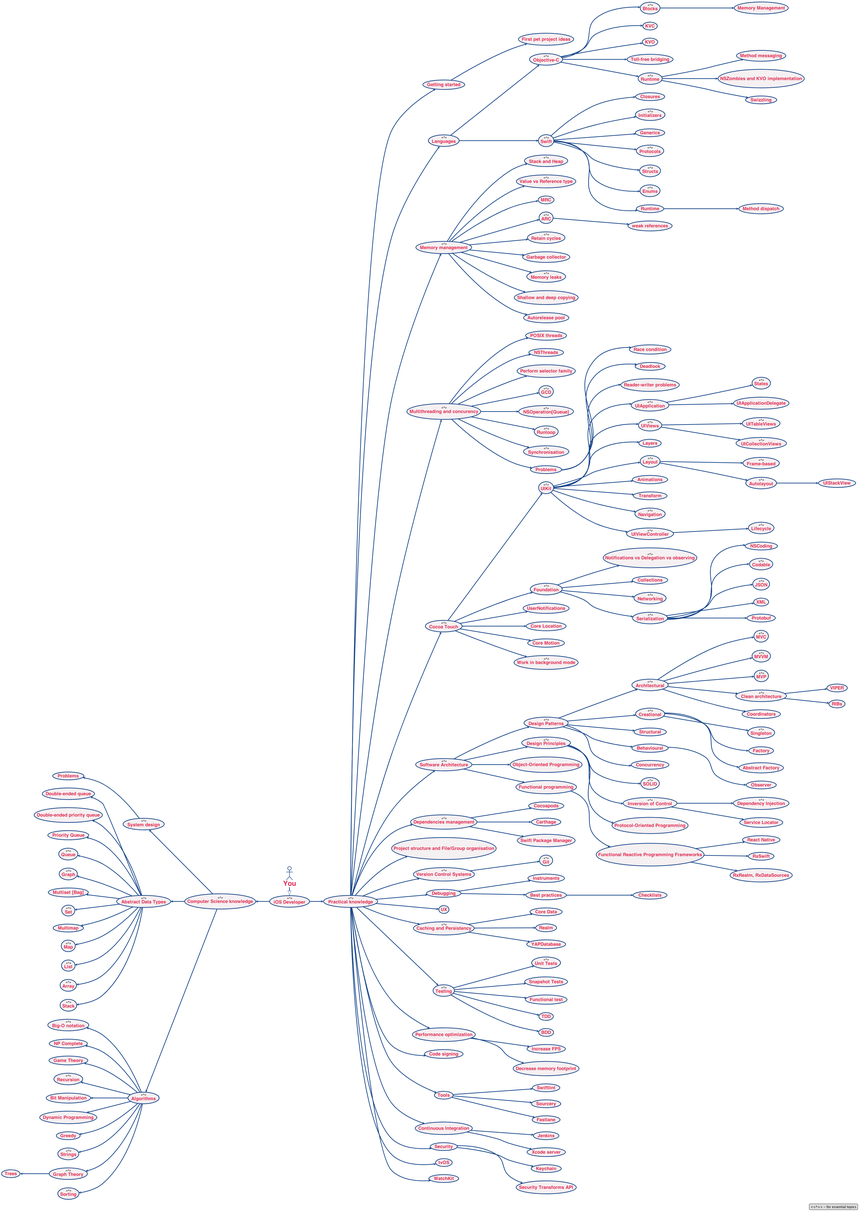
Before: RoadmapProject/Script/Generated/ROADMAP.png, a diagram exported from PlantUML (BohdanOrlov/iOS-Developer-Roadmap).
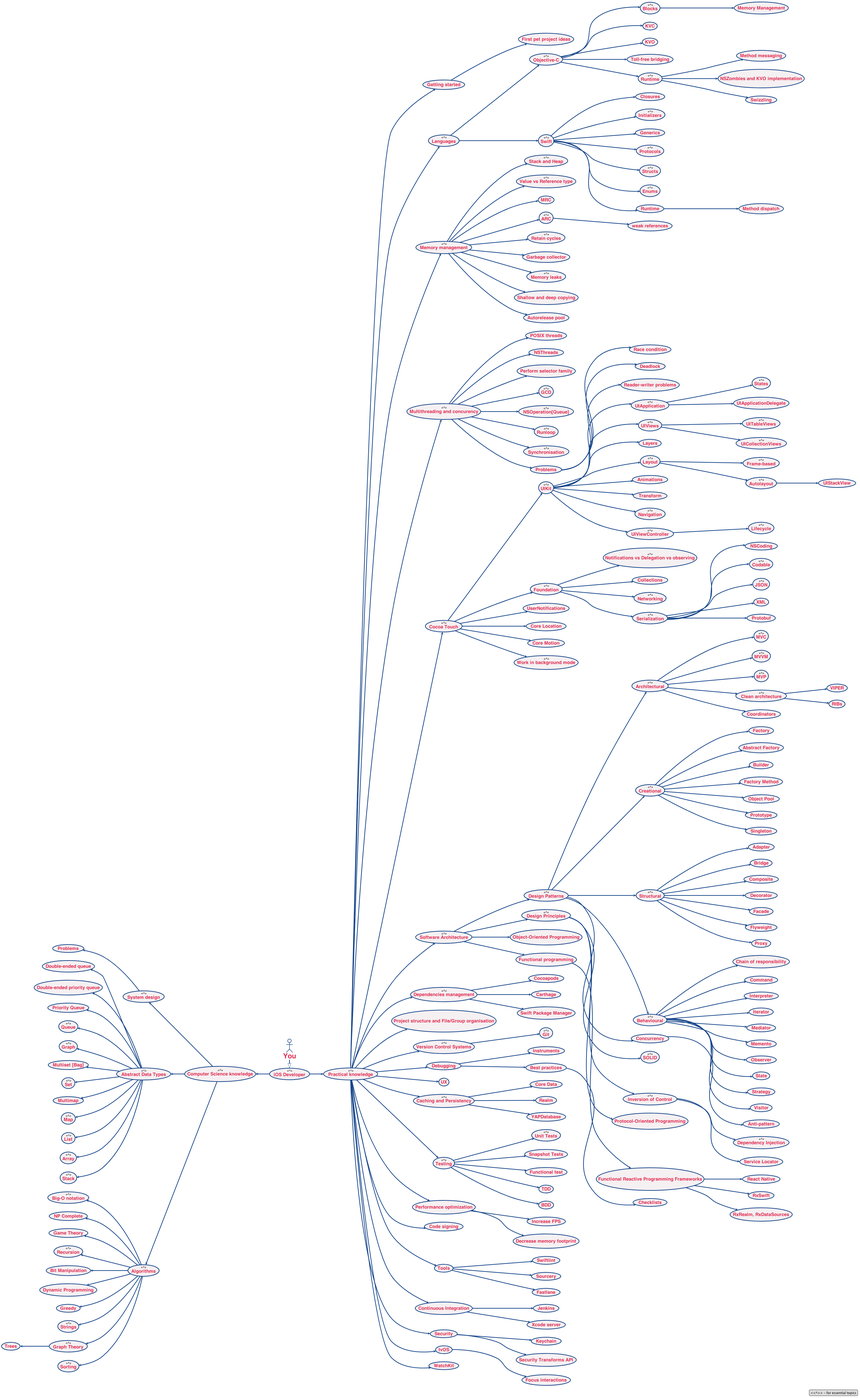
Above is the later version.

Change to the diagram source:
```diff
@@ -90,13 +90,34 @@
 (RIBs) as (iOS Developer->Practical knowledge->Software Architecture->Design Patterns->Architectural->Clean architecture->RIBs)
 (Coordinators) as (iOS Developer->Practical knowledge->Software Architecture->Design Patterns->Architectural->Coordinators)
 (Creational) as (iOS Developer->Practical knowledge->Software Architecture->Design Patterns->Creational) <<^>>
-(Singleton) as (iOS Developer->Practical knowledge->Software Architecture->Design Patterns->Creational->Singleton) <<^>>
 (Factory) as (iOS Developer->Practical knowledge->Software Architecture->Design Patterns->Creational->Factory)
 (Abstract Factory) as (iOS Developer->Practical knowledge->Software Architecture->Design Patterns->Creational->Abstract Factory)
-(Structural) as (iOS Developer->Practical knowledge->Software Architecture->Design Patterns->Structural)
-(Behavioural) as (iOS Developer->Practical knowledge->Software Architecture->Design Patterns->Behavioural)
+(Builder) as (iOS Developer->Practical knowledge->Software Architecture->Design Patterns->Creational->Builder)
+(Factory Method) as (iOS Developer->Practical knowledge->Software Architecture->Design Patterns->Creational->Factory Method)
+(Object Pool) as (iOS Developer->Practical knowledge->Software Architecture->Design Patterns->Creational->Object Pool)
+(Prototype) as (iOS Developer->Practical knowledge->Software Architecture->Design Patterns->Creational->Prototype)
+(Singleton) as (iOS Developer->Practical knowledge->Software Architecture->Design Patterns->Creational->Singleton)
+(Structural) as (iOS Developer->Practical knowledge->Software Architecture->Design Patterns->Structural) <<^>>
+(Adapter) as (iOS Developer->Practical knowledge->Software Architecture->Design Patterns->Structural->Adapter)
+(Bridge) as (iOS Developer->Practical knowledge->Software Architecture->Design Patterns->Structural->Bridge)
+(Composite) as (iOS Developer->Practical knowledge->Software Architecture->Design Patterns->Structural->Composite)
+(Decorator) as (iOS Developer->Practical knowledge->Software Architecture->Design Patterns->Structural->Decorator)
+(Facade) as (iOS Developer->Practical knowledge->Software Architecture->Design Patterns->Structural->Facade)
+(Flyweight) as (iOS Developer->Practical knowledge->Software Architecture->Design Patterns->Structural->Flyweight)
+(Proxy) as (iOS Developer->Practical knowledge->Software Architecture->Design Patterns->Structural->Proxy)
+(Behavioural) as (iOS Developer->Practical knowledge->Software Architecture->Design Patterns->Behavioural) <<^>>
+(Chain of responsibility) as (iOS Developer->Practical knowledge->Software Architecture->Design Patterns->Behavioural->Chain of responsibility)
+(Command) as (iOS Developer->Practical knowledge->Software Architecture->Design Patterns->Behavioural->Command)
+(Interpreter) as (iOS Developer->Practical knowledge->Software Architecture->Design Patterns->Behavioural->Interpreter)
+(Iterator) as (iOS Developer->Practical knowledge->Software Architecture->Design Patterns->Behavioural->Iterator)
+(Mediator) as (iOS Developer->Practical knowledge->Software Architecture->Design Patterns->Behavioural->Mediator)
+(Memento) as (iOS Developer->Practical knowledge->Software Architecture->Design Patterns->Behavioural->Memento)
 (Observer) as (iOS Developer->Practical knowledge->Software Architecture->Design Patterns->Behavioural->Observer)
+(State) as (iOS Developer->Practical knowledge->Software Architecture->Design Patterns->Behavioural->State)
+(Strategy) as (iOS Developer->Practical knowledge->Software Architecture->Design Patterns->Behavioural->Strategy)
+(Visitor) as (iOS Developer->Practical knowledge->Software Architecture->Design Patterns->Behavioural->Visitor)
 (Concurrency) as (iOS Developer->Practical knowledge->Software Architecture->Design Patterns->Concurrency)
+(Anti-pattern) as (iOS Developer->Practical knowledge->Software Architecture->Design Patterns->Concurrency->Anti-pattern)
 (Design Principles) as (iOS Developer->Practical knowledge->Software Architecture->Design Principles) <<^>>
 (SOLID) as (iOS Developer->Practical knowledge->Software Architecture->Design Principles->SOLID) <<^>>
 (Inversion of Control) as (iOS Developer->Practical knowledge->Software Architecture->Design Principles->Inversion of Control) <<^>>
@@ -146,6 +167,7 @@
 (Keychain) as (iOS Developer->Practical knowledge->Security->Keychain)
 (Security Transforms API) as (iOS Developer->Practical knowledge->Security->Security Transforms API)
 (tvOS) as (iOS Developer->Practical knowledge->tvOS)
+(Focus interactions) as (iOS Developer->Practical knowledge->tvOS->Focus interactions)
 (WatchKit) as (iOS Developer->Practical knowledge->WatchKit)
 (Computer Science knowledge) as (iOS Developer->Computer Science knowledge) <<^>>
 (Algorithms) as (iOS Developer->Computer Science knowledge->Algorithms) <<^>>
@@ -266,13 +288,34 @@
 (iOS Developer->Practical knowledge->Software Architecture->Design Patterns->Architectural->Clean architecture) -down-> (iOS Developer->Practical knowledge->Software Architecture->Design Patterns->Architectural->Clean architecture->RIBs)
 (iOS Developer->Practical knowledge->Software Architecture->Design Patterns->Architectural) -down-> (iOS Developer->Practical knowledge->Software Architecture->Design Patterns->Architectural->Coordinators)
 (iOS Developer->Practical knowledge->Software Architecture->Design Patterns) -down-> (iOS Developer->Practical knowledge->Software Architecture->Design Patterns->Creational)
-(iOS Developer->Practical knowledge->Software Architecture->Design Patterns->Creational) -down-> (iOS Developer->Practical knowledge->Software Architecture->Design Patterns->Creational->Singleton)
 (iOS Developer->Practical knowledge->Software Architecture->Design Patterns->Creational) -down-> (iOS Developer->Practical knowledge->Software Architecture->Design Patterns->Creational->Factory)
 (iOS Developer->Practical knowledge->Software Architecture->Design Patterns->Creational) -down-> (iOS Developer->Practical knowledge->Software Architecture->Design Patterns->Creational->Abstract Factory)
+(iOS Developer->Practical knowledge->Software Architecture->Design Patterns->Creational) -down-> (iOS Developer->Practical knowledge->Software Architecture->Design Patterns->Creational->Builder)
+(iOS Developer->Practical knowledge->Software Architecture->Design Patterns->Creational) -down-> (iOS Developer->Practical knowledge->Software Architecture->Design Patterns->Creational->Factory Method)
+(iOS Developer->Practical knowledge->Software Architecture->Design Patterns->Creational) -down-> (iOS Developer->Practical knowledge->Software Architecture->Design Patterns->Creational->Object Pool)
+(iOS Developer->Practical knowledge->Software Architecture->Design Patterns->Creational) -down-> (iOS Developer->Practical knowledge->Software Architecture->Design Patterns->Creational->Prototype)
+(iOS Developer->Practical knowledge->Software Architecture->Design Patterns->Creational) -down-> (iOS Developer->Practical knowledge->Software Architecture->Design Patterns->Creational->Singleton)
 (iOS Developer->Practical knowledge->Software Architecture->Design Patterns) -down-> (iOS Developer->Practical knowledge->Software Architecture->Design Patterns->Structural)
+(iOS Developer->Practical knowledge->Software Architecture->Design Patterns->Structural) -down-> (iOS Developer->Practical knowledge->Software Architecture->Design Patterns->Structural->Adapter)
+(iOS Developer->Practical knowledge->Software Architecture->Design Patterns->Structural) -down-> (iOS Developer->Practical knowledge->Software Architecture->Design Patterns->Structural->Bridge)
+(iOS Developer->Practical knowledge->Software Architecture->Design Patterns->Structural) -down-> (iOS Developer->Practical knowledge->Software Architecture->Design Patterns->Structural->Composite)
+(iOS Developer->Practical knowledge->Software Architecture->Design Patterns->Structural) -down-> (iOS Developer->Practical knowledge->Software Architecture->Design Patterns->Structural->Decorator)
+(iOS Developer->Practical knowledge->Software Architecture->Design Patterns->Structural) -down-> (iOS Developer->Practical knowledge->Software Architecture->Design Patterns->Structural->Facade)
+(iOS Developer->Practical knowledge->Software Architecture->Design Patterns->Structural) -down-> (iOS Developer->Practical knowledge->Software Architecture->Design Patterns->Structural->Flyweight)
+(iOS Developer->Practical knowledge->Software Architecture->Design Patterns->Structural) -down-> (iOS Developer->Practical knowledge->Software Architecture->Design Patterns->Structural->Proxy)
 (iOS Developer->Practical knowledge->Software Architecture->Design Patterns) -down-> (iOS Developer->Practical knowledge->Software Architecture->Design Patterns->Behavioural)
+(iOS Developer->Practical knowledge->Software Architecture->Design Patterns->Behavioural) -down-> (iOS Developer->Practical knowledge->Software Architecture->Design Patterns->Behavioural->Chain of responsibility)
+(iOS Developer->Practical knowledge->Software Architecture->Design Patterns->Behavioural) -down-> (iOS Developer->Practical knowledge->Software Architecture->Design Patterns->Behavioural->Command)
+(iOS Developer->Practical knowledge->Software Architecture->Design Patterns->Behavioural) -down-> (iOS Developer->Practical knowledge->Software Architecture->Design Patterns->Behavioural->Interpreter)
+(iOS Developer->Practical knowledge->Software Architecture->Design Patterns->Behavioural) -down-> (iOS Developer->Practical knowledge->Software Architecture->Design Patterns->Behavioural->Iterator)
+(iOS Developer->Practical knowledge->Software Architecture->Design Patterns->Behavioural) -down-> (iOS Developer->Practical knowledge->Software Architecture->Design Patterns->Behavioural->Mediator)
+(iOS Developer->Practical knowledge->Software Architecture->Design Patterns->Behavioural) -down-> (iOS Developer->Practical knowledge->Software Architecture->Design Patterns->Behavioural->Memento)
 (iOS Developer->Practical knowledge->Software Architecture->Design Patterns->Behavioural) -down-> (iOS Developer->Practical knowledge->Software Architecture->Design Patterns->Behavioural->Observer)
+(iOS Developer->Practical knowledge->Software Architecture->Design Patterns->Behavioural) -down-> (iOS Developer->Practical knowledge->Software Architecture->Design Patterns->Behavioural->State)
+(iOS Developer->Practical knowledge->Software Architecture->Design Patterns->Behavioural) -down-> (iOS Developer->Practical knowledge->Software Architecture->Design Patterns->Behavioural->Strategy)
+(iOS Developer->Practical knowledge->Software Architecture->Design Patterns->Behavioural) -down-> (iOS Developer->Practical knowledge->Software Architecture->Design Patterns->Behavioural->Visitor)
 (iOS Developer->Practical knowledge->Software Architecture->Design Patterns) -down-> (iOS Developer->Practical knowledge->Software Architecture->Design Patterns->Concurrency)
+(iOS Developer->Practical knowledge->Software Architecture->Design Patterns->Concurrency) -down-> (iOS Developer->Practical knowledge->Software Architecture->Design Patterns->Concurrency->Anti-pattern)
 (iOS Developer->Practical knowledge->Software Architecture) -down-> (iOS Developer->Practical knowledge->Software Architecture->Design Principles)
 (iOS Developer->Practical knowledge->Software Architecture->Design Principles) -down-> (iOS Developer->Practical knowledge->Software Architecture->Design Principles->SOLID)
 (iOS Developer->Practical knowledge->Software Architecture->Design Principles) -down-> (iOS Developer->Practical knowledge->Software Architecture->Design Principles->Inversion of Control)
@@ -322,6 +365,7 @@
 (iOS Developer->Practical knowledge->Security) -down-> (iOS Developer->Practical knowledge->Security->Keychain)
 (iOS Developer->Practical knowledge->Security) -down-> (iOS Developer->Practical knowledge->Security->Security Transforms API)
 (iOS Developer->Practical knowledge) -down-> (iOS Developer->Practical knowledge->tvOS)
+(iOS Developer->Practical knowledge->tvOS) -down-> (iOS Developer->Practical knowledge->tvOS->Focus interactions)
 (iOS Developer->Practical knowledge) -down-> (iOS Developer->Practical knowledge->WatchKit)
 (iOS Developer) -up-> (iOS Developer->Computer Science knowledge)
 (iOS Developer->Computer Science knowledge) -up-> (iOS Developer->Computer Science knowledge->Algorithms)
```
